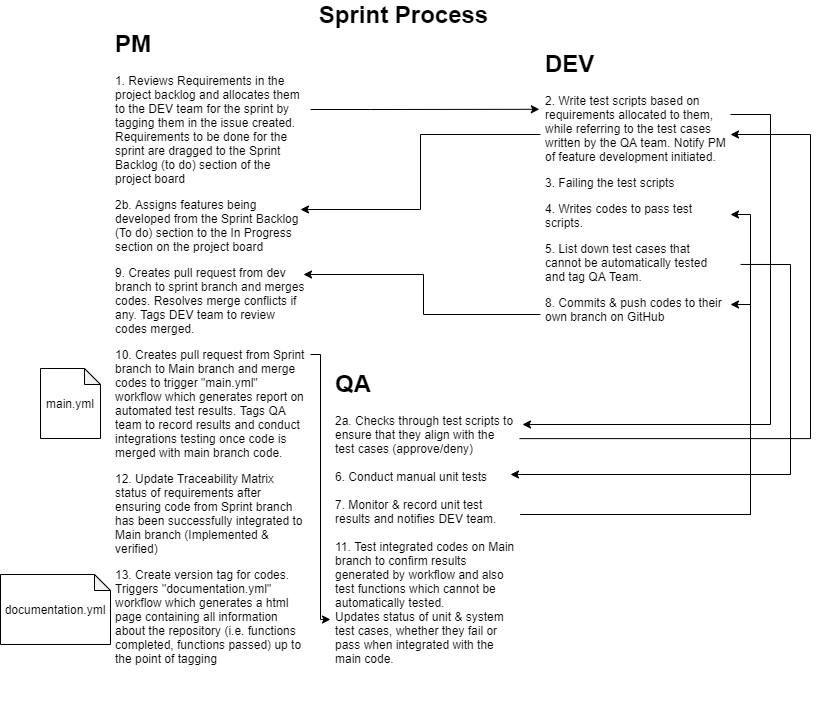
The draw.io diagram Processes/Sprint Process.png in ETI-Oct2020-Team5/RatVenture, before a commit. Source tidied: cells renumbered, new cells last; positions are measured from the earlier drawing's top-left corner, leaving out a move shared by most shapes.
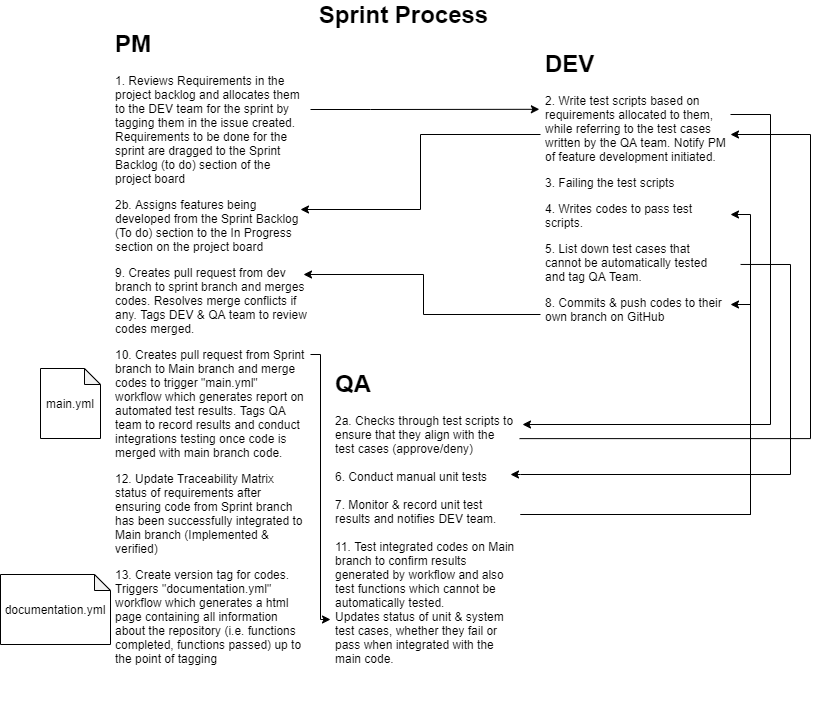
After the change.

What changed in the source:
```diff
@@ -18,7 +18,7 @@
         </Array>
       </mxGeometry>
     </mxCell>
-    <mxCell id="4" value="&lt;h1&gt;PM&lt;/h1&gt;&lt;p&gt;1. Reviews Requirements in the project backlog and allocates them to the DEV team for the sprint by tagging them in the issue created. Requirements to be done for the sprint are dragged to the Sprint Backlog (to do) section of the project board&lt;/p&gt;&lt;p&gt;2b. Assigns features being developed from the Sprint Backlog (To do) section to the In Progress section on the project board&lt;/p&gt;&lt;p&gt;9. Creates pull request from dev branch to sprint branch and merges codes. Resolves merge conflicts if any. Tags DEV team to review codes merged.&lt;/p&gt;&lt;p&gt;10. Creates pull request from Sprint branch to Main branch and merge codes to trigger &quot;main.yml&quot; workflow which generates report on automated test results. Tags QA team to record results and conduct integrations testing once code is merged with main branch code.&lt;/p&gt;12. Update Traceability Matrix status of requirements after ensuring code from Sprint branch has been successfully integrated to Main branch (Implemented &amp;amp; verified)&amp;nbsp;&lt;p&gt;13. Create version tag for codes. Triggers &quot;documentation.yml&quot; workflow which generates a html page containing all information about the repository (i.e. functions completed, functions passed) up to the point of tagging&lt;span&gt;&amp;nbsp;&lt;/span&gt;&lt;/p&gt;&lt;p&gt;&lt;br&gt;&lt;/p&gt;" style="text;html=1;strokeColor=none;fillColor=none;spacing=5;spacingTop=-20;whiteSpace=wrap;overflow=hidden;rounded=0;" parent="1" vertex="1">
+    <mxCell id="4" value="&lt;h1&gt;PM&lt;/h1&gt;&lt;p&gt;1. Reviews Requirements in the project backlog and allocates them to the DEV team for the sprint by tagging them in the issue created. Requirements to be done for the sprint are dragged to the Sprint Backlog (to do) section of the project board&lt;/p&gt;&lt;p&gt;2b. Assigns features being developed from the Sprint Backlog (To do) section to the In Progress section on the project board&lt;/p&gt;&lt;p&gt;9. Creates pull request from dev branch to sprint branch and merges codes. Resolves merge conflicts if any. Tags DEV &amp;amp; QA team to review codes merged.&lt;/p&gt;&lt;p&gt;10. Creates pull request from Sprint branch to Main branch and merge codes to trigger &quot;main.yml&quot; workflow which generates report on automated test results. Tags QA team to record results and conduct integrations testing once code is merged with main branch code.&lt;/p&gt;12. Update Traceability Matrix status of requirements after ensuring code from Sprint branch has been successfully integrated to Main branch (Implemented &amp;amp; verified)&amp;nbsp;&lt;p&gt;13. Create version tag for codes. Triggers &quot;documentation.yml&quot; workflow which generates a html page containing all information about the repository (i.e. functions completed, functions passed) up to the point of tagging&lt;span&gt;&amp;nbsp;&lt;/span&gt;&lt;/p&gt;&lt;p&gt;&lt;br&gt;&lt;/p&gt;" style="text;html=1;strokeColor=none;fillColor=none;spacing=5;spacingTop=-20;whiteSpace=wrap;overflow=hidden;rounded=0;" parent="1" vertex="1">
       <mxGeometry x="110" y="20" width="200" height="650" as="geometry" />
     </mxCell>
     <mxCell id="5" style="edgeStyle=orthogonalEdgeStyle;rounded=0;jettySize=auto;html=1;exitX=1.053;exitY=0.611;exitDx=0;exitDy=0;exitPerimeter=0;" parent="1" edge="1" source="9">
```
